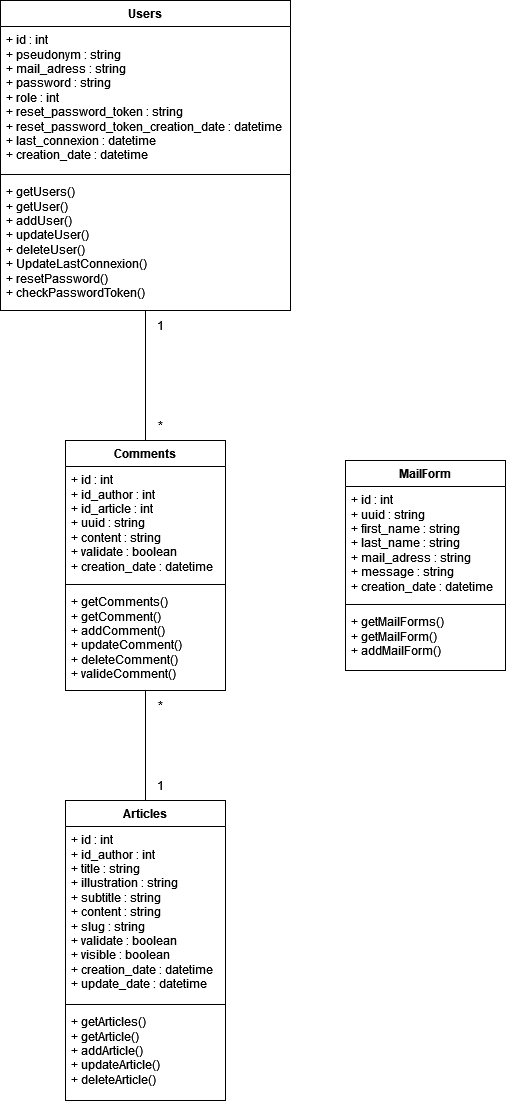
Above: diagrammes/Diagramme de classes.drawio.png in arcausin/blog-php (draw.io), before the change. Source tidied: cells renumbered, new cells last; positions are measured from the earlier drawing's top-left corner, leaving out a move shared by most shapes.
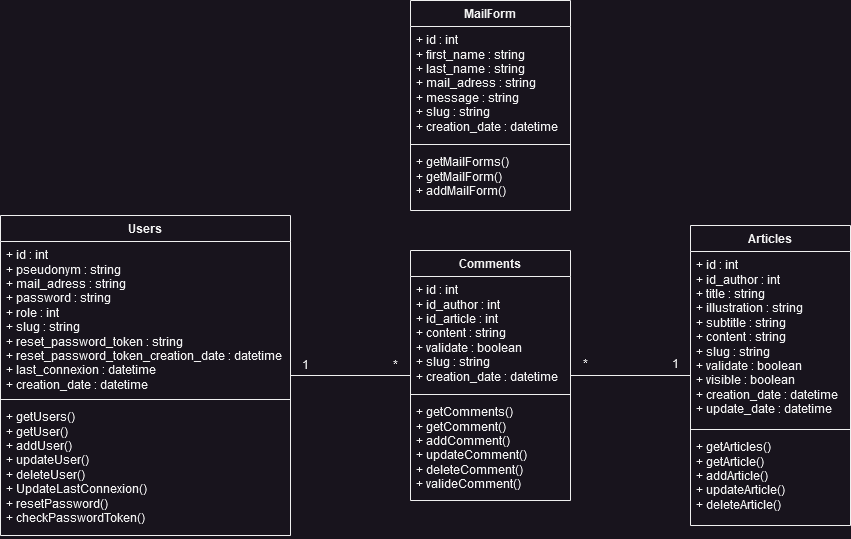
Later version of the same file.

Diff of the diagram source:
```diff
@@ -2,11 +2,8 @@
   <root>
     <mxCell id="0" />
     <mxCell id="1" parent="0" />
-    <mxCell id="2" style="edgeStyle=orthogonalEdgeStyle;rounded=0;jettySize=auto;html=1;entryX=0.5;entryY=1;entryDx=0;entryDy=0;endArrow=none;endFill=0;" parent="1" edge="1" source="3" target="16">
-      <mxGeometry relative="1" as="geometry" />
-    </mxCell>
     <mxCell id="3" value="Articles" style="swimlane;fontStyle=1;align=center;verticalAlign=top;horizontal=1;startSize=26;whiteSpace=wrap;html=1;" parent="1" vertex="1">
-      <mxGeometry x="65" y="800" width="160" height="300" as="geometry" />
+      <mxGeometry x="423" y="511" width="160" height="300" as="geometry" />
     </mxCell>
     <mxCell id="4" value="&lt;div&gt;+ id : int&lt;/div&gt;&lt;div&gt;+ id_author : int&lt;br&gt;&lt;/div&gt;&lt;div&gt;+ title : string&lt;/div&gt;&lt;div&gt;+ illustration : string&lt;/div&gt;&lt;div&gt;+ subtitle : string&lt;/div&gt;&lt;div&gt;+ content : string&lt;/div&gt;&lt;div&gt;+ slug : string&lt;br&gt;&lt;/div&gt;&lt;div&gt;+ validate : boolean&lt;br&gt;&lt;/div&gt;&lt;div&gt;+ visible : boolean&lt;br&gt;&lt;/div&gt;&lt;div&gt;+ creation_date : datetime&lt;br&gt;&lt;/div&gt;&lt;div&gt;+ update_date : datetime&lt;/div&gt;&lt;div&gt;&lt;br&gt;&lt;/div&gt;" style="text;strokeColor=none;fillColor=none;align=left;verticalAlign=top;spacingLeft=4;spacingRight=4;overflow=hidden;whiteSpace=wrap;html=1;" parent="3" vertex="1">
       <mxGeometry y="26" width="160" height="174" as="geometry" />
@@ -18,21 +15,21 @@
       <mxGeometry y="208" width="160" height="92" as="geometry" />
     </mxCell>
     <mxCell id="7" value="Users" style="swimlane;fontStyle=1;align=center;verticalAlign=top;horizontal=1;startSize=26;whiteSpace=wrap;html=1;" parent="1" vertex="1">
-      <mxGeometry width="290" height="310" as="geometry" />
+      <mxGeometry x="-267" y="501" width="290" height="320" as="geometry" />
     </mxCell>
-    <mxCell id="8" value="&lt;div&gt;+ id : int&lt;/div&gt;&lt;div&gt;+ pseudonym : string&lt;br&gt;&lt;/div&gt;&lt;div&gt;+ mail_adress : string&lt;br&gt;&lt;/div&gt;&lt;div&gt;+ password : string&lt;/div&gt;&lt;div&gt;+ role : int&lt;/div&gt;&lt;div&gt;+ reset_password_token : string&lt;br&gt;&lt;/div&gt;&lt;div&gt;+ reset_password_token_creation_date : datetime&lt;br&gt;&lt;/div&gt;&lt;div&gt;+ last_connexion : datetime&lt;br&gt;&lt;/div&gt;&lt;div&gt;+ creation_date : datetime&lt;/div&gt;&lt;div&gt;&lt;br&gt;&lt;/div&gt;" style="text;strokeColor=none;fillColor=none;align=left;verticalAlign=top;spacingLeft=4;spacingRight=4;overflow=hidden;whiteSpace=wrap;html=1;" parent="7" vertex="1">
-      <mxGeometry y="26" width="290" height="144" as="geometry" />
+    <mxCell id="8" value="&lt;div&gt;+ id : int&lt;/div&gt;&lt;div&gt;+ pseudonym : string&lt;br&gt;&lt;/div&gt;&lt;div&gt;+ mail_adress : string&lt;br&gt;&lt;/div&gt;&lt;div&gt;+ password : string&lt;/div&gt;&lt;div&gt;+ role : int&lt;br&gt;&lt;/div&gt;&lt;div&gt;+ slug : string&lt;br&gt;&lt;/div&gt;&lt;div&gt;+ reset_password_token : string&lt;br&gt;&lt;/div&gt;&lt;div&gt;+ reset_password_token_creation_date : datetime&lt;br&gt;&lt;/div&gt;&lt;div&gt;+ last_connexion : datetime&lt;br&gt;&lt;/div&gt;&lt;div&gt;+ creation_date : datetime&lt;/div&gt;&lt;div&gt;&lt;br&gt;&lt;/div&gt;" style="text;strokeColor=none;fillColor=none;align=left;verticalAlign=top;spacingLeft=4;spacingRight=4;overflow=hidden;whiteSpace=wrap;html=1;" parent="7" vertex="1">
+      <mxGeometry y="26" width="290" height="154" as="geometry" />
     </mxCell>
     <mxCell id="9" style="line;strokeWidth=1;fillColor=none;align=left;verticalAlign=middle;spacingTop=-1;spacingLeft=3;spacingRight=3;labelPosition=right;strokeColor=inherit;" parent="7" vertex="1">
-      <mxGeometry y="170" width="290" height="8" as="geometry" />
+      <mxGeometry y="180" width="290" height="8" as="geometry" />
     </mxCell>
     <mxCell id="10" value="&lt;div&gt;+ getUsers()&lt;br&gt;&lt;/div&gt;&lt;div&gt;+ getUser()&lt;br&gt;&lt;/div&gt;&lt;div&gt;+ addUser()&lt;/div&gt;&lt;div&gt;+ updateUser()&lt;/div&gt;&lt;div&gt;+ deleteUser()&lt;/div&gt;&lt;div&gt;+ UpdateLastConnexion()&lt;/div&gt;&lt;div&gt;+ resetPassword()&lt;/div&gt;&lt;div&gt;+ checkPasswordToken()&lt;/div&gt;" style="text;strokeColor=none;fillColor=none;align=left;verticalAlign=top;spacingLeft=4;spacingRight=4;overflow=hidden;points=[[0,0.5],[1,0.5]];portConstraint=eastwest;whiteSpace=wrap;html=1;" parent="7" vertex="1">
-      <mxGeometry y="178" width="290" height="132" as="geometry" />
+      <mxGeometry y="188" width="290" height="132" as="geometry" />
     </mxCell>
     <mxCell id="11" value="MailForm" style="swimlane;fontStyle=1;align=center;verticalAlign=top;horizontal=1;startSize=26;whiteSpace=wrap;html=1;" parent="1" vertex="1">
-      <mxGeometry x="345" y="460" width="160" height="210" as="geometry" />
+      <mxGeometry x="143" y="286" width="160" height="210" as="geometry" />
     </mxCell>
-    <mxCell id="12" value="&lt;div&gt;+ id : int&lt;/div&gt;&lt;div&gt;+ uuid : string&lt;br&gt;&lt;/div&gt;&lt;div&gt;+ first_name : string&lt;br&gt;&lt;/div&gt;&lt;div&gt;+ last_name : string&lt;br&gt;&lt;/div&gt;&lt;div&gt;+ mail_adress : string&lt;/div&gt;&lt;div&gt;+ message : string&lt;/div&gt;&lt;div&gt;+ creation_date : datetime&lt;/div&gt;&lt;div&gt;&lt;br&gt;&lt;/div&gt;" style="text;strokeColor=none;fillColor=none;align=left;verticalAlign=top;spacingLeft=4;spacingRight=4;overflow=hidden;whiteSpace=wrap;html=1;" parent="11" vertex="1">
+    <mxCell id="12" value="&lt;div&gt;+ id : int&lt;/div&gt;&lt;div&gt;+ first_name : string&lt;br&gt;&lt;/div&gt;&lt;div&gt;+ last_name : string&lt;br&gt;&lt;/div&gt;&lt;div&gt;+ mail_adress : string&lt;/div&gt;&lt;div&gt;+ message : string&lt;/div&gt;&lt;div&gt;+ slug : string&lt;br&gt;&lt;/div&gt;&lt;div&gt;+ creation_date : datetime&lt;/div&gt;&lt;div&gt;&lt;br&gt;&lt;/div&gt;" style="text;strokeColor=none;fillColor=none;align=left;verticalAlign=top;spacingLeft=4;spacingRight=4;overflow=hidden;whiteSpace=wrap;html=1;" parent="11" vertex="1">
       <mxGeometry y="26" width="160" height="114" as="geometry" />
     </mxCell>
     <mxCell id="13" style="line;strokeWidth=1;fillColor=none;align=left;verticalAlign=middle;spacingTop=-1;spacingLeft=3;spacingRight=3;labelPosition=right;strokeColor=inherit;" parent="11" vertex="1">
@@ -41,13 +38,16 @@
     <mxCell id="14" value="&lt;div&gt;+ getMailForms()&lt;br&gt;&lt;/div&gt;&lt;div&gt;+ getMailForm()&lt;br&gt;&lt;/div&gt;&lt;div&gt;+ addMailForm()&lt;/div&gt;" style="text;strokeColor=none;fillColor=none;align=left;verticalAlign=top;spacingLeft=4;spacingRight=4;overflow=hidden;whiteSpace=wrap;html=1;" parent="11" vertex="1">
       <mxGeometry y="148" width="160" height="62" as="geometry" />
     </mxCell>
-    <mxCell id="15" style="edgeStyle=orthogonalEdgeStyle;rounded=0;jettySize=auto;html=1;entryX=0.5;entryY=1;entryDx=0;entryDy=0;entryPerimeter=0;endArrow=none;endFill=0;" parent="1" edge="1" source="16" target="10">
-      <mxGeometry relative="1" as="geometry" />
-    </mxCell>
+    <mxCell id="24" style="edgeStyle=orthogonalEdgeStyle;rounded=0;jettySize=auto;html=1;endArrow=none;endFill=0;" parent="1" edge="1" source="16" target="7">
+      <mxGeometry relative="1" as="geometry" />
+    </mxCell>
+    <mxCell id="25" style="edgeStyle=orthogonalEdgeStyle;rounded=0;jettySize=auto;html=1;endArrow=none;endFill=0;" parent="1" edge="1" source="16" target="3">
+      <mxGeometry relative="1" as="geometry" />
+    </mxCell>
     <mxCell id="16" value="Comments" style="swimlane;fontStyle=1;align=center;verticalAlign=top;horizontal=1;startSize=26;whiteSpace=wrap;html=1;" parent="1" vertex="1">
-      <mxGeometry x="65" y="440" width="160" height="250" as="geometry" />
+      <mxGeometry x="143" y="536" width="160" height="250" as="geometry" />
     </mxCell>
-    <mxCell id="17" value="&lt;div&gt;+ id : int&lt;/div&gt;&lt;div&gt;+ id_author : int&lt;/div&gt;&lt;div&gt;+ id_article : int&lt;/div&gt;&lt;div&gt;+ uuid : string&lt;br&gt;&lt;/div&gt;&lt;div&gt;+ content : string&lt;br&gt;&lt;/div&gt;&lt;div&gt;+ validate : boolean&lt;/div&gt;&lt;div&gt;+ creation_date : datetime&lt;/div&gt;&lt;div&gt;&lt;br&gt;&lt;/div&gt;" style="text;strokeColor=none;fillColor=none;align=left;verticalAlign=top;spacingLeft=4;spacingRight=4;overflow=hidden;whiteSpace=wrap;html=1;" parent="16" vertex="1">
+    <mxCell id="17" value="&lt;div&gt;+ id : int&lt;/div&gt;&lt;div&gt;+ id_author : int&lt;/div&gt;&lt;div&gt;+ id_article : int&lt;br&gt;&lt;/div&gt;&lt;div&gt;+ content : string&lt;br&gt;&lt;/div&gt;&lt;div&gt;+ validate : boolean&lt;/div&gt;&lt;div&gt;+ slug : string&lt;br&gt;&lt;/div&gt;&lt;div&gt;+ creation_date : datetime&lt;/div&gt;&lt;div&gt;&lt;br&gt;&lt;/div&gt;" style="text;strokeColor=none;fillColor=none;align=left;verticalAlign=top;spacingLeft=4;spacingRight=4;overflow=hidden;whiteSpace=wrap;html=1;" parent="16" vertex="1">
       <mxGeometry y="26" width="160" height="114" as="geometry" />
     </mxCell>
     <mxCell id="18" style="line;strokeWidth=1;fillColor=none;align=left;verticalAlign=middle;spacingTop=-1;spacingLeft=3;spacingRight=3;labelPosition=right;strokeColor=inherit;" parent="16" vertex="1">
@@ -57,16 +57,16 @@
       <mxGeometry y="148" width="160" height="102" as="geometry" />
     </mxCell>
     <mxCell id="20" value="1" style="text;html=1;align=center;verticalAlign=middle;strokeColor=none;fillColor=none;" parent="1" vertex="1">
-      <mxGeometry x="145" y="310" width="30" height="30" as="geometry" />
+      <mxGeometry x="23" y="635" width="30" height="30" as="geometry" />
     </mxCell>
     <mxCell id="21" value="*" style="text;html=1;align=center;verticalAlign=middle;strokeColor=none;fillColor=none;" parent="1" vertex="1">
-      <mxGeometry x="145" y="410" width="30" height="30" as="geometry" />
+      <mxGeometry x="113" y="635" width="30" height="30" as="geometry" />
     </mxCell>
     <mxCell id="22" value="*" style="text;html=1;align=center;verticalAlign=middle;strokeColor=none;fillColor=none;" parent="1" vertex="1">
-      <mxGeometry x="145" y="690" width="30" height="30" as="geometry" />
+      <mxGeometry x="303" y="634" width="30" height="30" as="geometry" />
     </mxCell>
     <mxCell id="23" value="1" style="text;html=1;align=center;verticalAlign=middle;strokeColor=none;fillColor=none;" parent="1" vertex="1">
-      <mxGeometry x="145" y="770" width="30" height="30" as="geometry" />
+      <mxGeometry x="393" y="634" width="30" height="30" as="geometry" />
     </mxCell>
   </root>
 </mxGraphModel>
```
